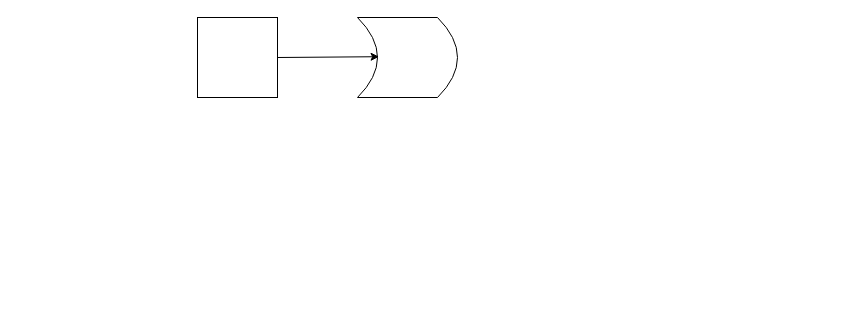
The draw.io diagram backend/sketch.drawio in ryzen-xp/Tap-Tap-Go, before the edit. Source tidied: cells renumbered, new cells numbered last; positions are measured from the earlier drawing's top-left corner, leaving out a move shared by most shapes. Both pictures are drawn from the tidied source at 100%, with x=0, y=0 at pixel (197, 17).
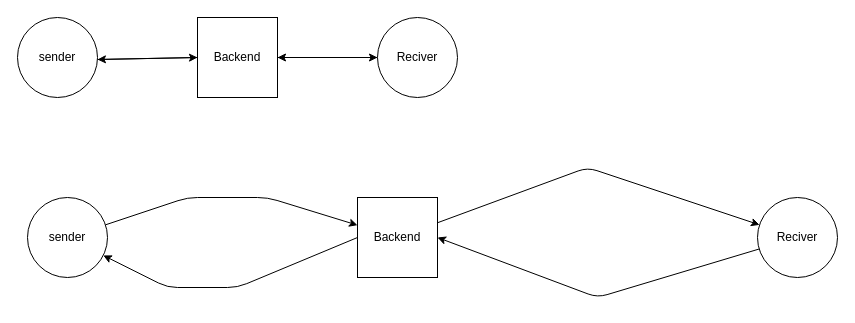
After the change.

The edit, as a diff of the source:
```diff
@@
+    <mxCell id="5" style="edgeStyle=none;html=1;exitX=0;exitY=0.5;exitDx=0;exitDy=0;" parent="1" edge="1" source="2" target="8">
+      <mxGeometry relative="1" as="geometry" />
+    </mxCell>
+    <mxCell id="6" style="edgeStyle=none;html=1;" parent="1" edge="1" source="2" target="10">
+      <mxGeometry relative="1" as="geometry" />
+    </mxCell>
-    <mxCell id="2" style="whiteSpace=wrap;html=1;" parent="1" vertex="1">
+    <mxCell id="2" value="Backend" style="whiteSpace=wrap;html=1;" parent="1" vertex="1">
       <mxGeometry width="80" height="80" as="geometry" />
     </mxCell>
-    <mxCell id="3" style="shape=dataStorage;whiteSpace=wrap;html=1;fixedSize=1;direction=west;" parent="1" vertex="1">
-      <mxGeometry x="160" width="100" height="80" as="geometry" />
-    </mxCell>
-    <mxCell id="4" style="edgeStyle=none;html=1;exitX=1;exitY=0.5;exitDx=0;exitDy=0;entryX=0.784;entryY=0.51;entryDx=0;entryDy=0;entryPerimeter=0;" parent="1" edge="1" source="2" target="3">
-      <mxGeometry relative="1" as="geometry" />
-    </mxCell>
+    <mxCell id="7" style="edgeStyle=none;html=1;" parent="1" edge="1" source="8" target="2">
+      <mxGeometry relative="1" as="geometry" />
+    </mxCell>
+    <mxCell id="8" value="sender" style="ellipse;whiteSpace=wrap;html=1;" parent="1" vertex="1">
+      <mxGeometry x="-180" width="80" height="80" as="geometry" />
+    </mxCell>
+    <mxCell id="9" style="edgeStyle=none;html=1;entryX=1;entryY=0.5;entryDx=0;entryDy=0;" parent="1" edge="1" source="10" target="2">
+      <mxGeometry relative="1" as="geometry" />
+    </mxCell>
+    <mxCell id="10" value="Reciver" style="ellipse;whiteSpace=wrap;html=1;" parent="1" vertex="1">
+      <mxGeometry x="180" width="80" height="80" as="geometry" />
+    </mxCell>
+    <mxCell id="11" style="edgeStyle=none;html=1;exitX=0;exitY=0.5;exitDx=0;exitDy=0;" parent="1" edge="1" source="13" target="15">
+      <mxGeometry relative="1" as="geometry">
+        <Array as="points">
+          <mxPoint x="40" y="270" />
+          <mxPoint x="-30" y="270" />
+        </Array>
+      </mxGeometry>
+    </mxCell>
+    <mxCell id="12" style="edgeStyle=none;html=1;" parent="1" edge="1" source="13" target="17">
+      <mxGeometry relative="1" as="geometry">
+        <Array as="points">
+          <mxPoint x="390" y="150" />
+        </Array>
+      </mxGeometry>
+    </mxCell>
+    <mxCell id="13" value="Backend" style="whiteSpace=wrap;html=1;" parent="1" vertex="1">
+      <mxGeometry x="160" y="180" width="80" height="80" as="geometry" />
+    </mxCell>
+    <mxCell id="14" style="edgeStyle=none;html=1;" parent="1" edge="1" source="15" target="13">
+      <mxGeometry relative="1" as="geometry">
+        <Array as="points">
+          <mxPoint x="-10" y="180" />
+          <mxPoint x="70" y="180" />
+        </Array>
+      </mxGeometry>
+    </mxCell>
+    <mxCell id="15" value="sender" style="ellipse;whiteSpace=wrap;html=1;" parent="1" vertex="1">
+      <mxGeometry x="-170" y="180" width="80" height="80" as="geometry" />
+    </mxCell>
+    <mxCell id="16" style="edgeStyle=none;html=1;entryX=1;entryY=0.5;entryDx=0;entryDy=0;" parent="1" edge="1" source="17" target="13">
+      <mxGeometry relative="1" as="geometry">
+        <Array as="points">
+          <mxPoint x="400" y="280" />
+        </Array>
+      </mxGeometry>
+    </mxCell>
+    <mxCell id="17" value="Reciver" style="ellipse;whiteSpace=wrap;html=1;" parent="1" vertex="1">
+      <mxGeometry x="560" y="180" width="80" height="80" as="geometry" />
+    </mxCell>
```
